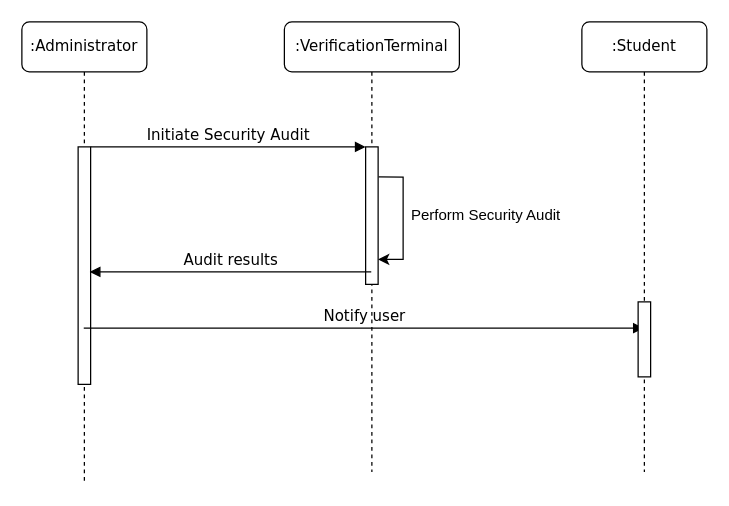
lahirub99/Computer-Security-CA keeps this draw.io diagram as SSD Authenticate.drawio. Above is the earlier version. Source tidied: cells renumbered, new cells numbered last; positions are measured from the earlier drawing's top-left corner, leaving out a move shared by most shapes. Both pictures are drawn from the tidied source at 125%, with x=0, y=0 at pixel (21, 21).
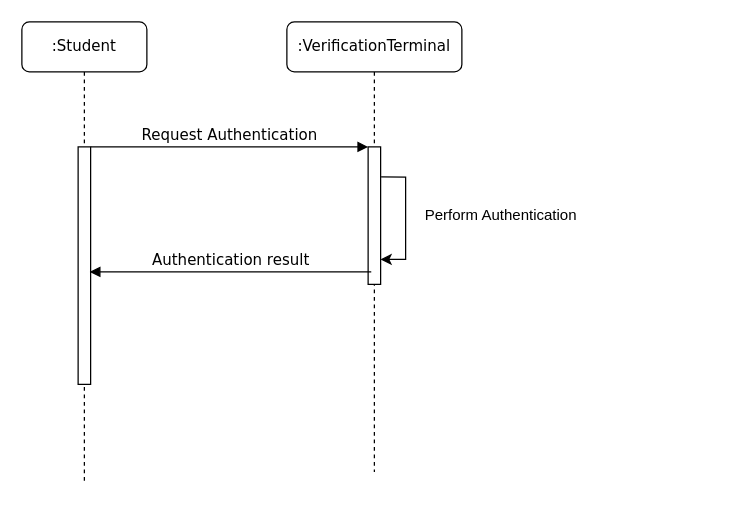
The same diagram, later.

What changed in the source:
```diff
@@
 <mxGraphModel>
   <root>
     <mxCell id="0" />
     <mxCell id="1" parent="0" />
     <mxCell id="2" value=":VerificationTerminal" style="shape=umlLifeline;perimeter=lifelinePerimeter;whiteSpace=wrap;html=1;rounded=1;shadow=0;comic=0;labelBackgroundColor=none;strokeWidth=1;fontFamily=Verdana;fontSize=12;align=center;" parent="1" vertex="1">
-      <mxGeometry x="210" width="140" height="360" as="geometry" />
+      <mxGeometry x="212" width="140" height="360" as="geometry" />
     </mxCell>
     <mxCell id="3" style="html=1;points=[];perimeter=orthogonalPerimeter;rounded=0;shadow=0;comic=0;labelBackgroundColor=none;strokeWidth=1;fontFamily=Verdana;fontSize=12;align=center;" parent="2" vertex="1">
       <mxGeometry x="65" y="100" width="10" height="110" as="geometry" />
     </mxCell>
     <mxCell id="4" style="edgeStyle=orthogonalEdgeStyle;rounded=0;orthogonalLoop=1;jettySize=auto;html=1;exitX=1.039;exitY=0.219;exitDx=0;exitDy=0;exitPerimeter=0;" parent="2" edge="1" source="3" target="3">
       <mxGeometry relative="1" as="geometry">
         <Array as="points">
           <mxPoint x="95" y="124" />
           <mxPoint x="95" y="190" />
         </Array>
       </mxGeometry>
     </mxCell>
-    <mxCell id="5" value="&lt;font style=&quot;font-size: 12px;&quot;&gt;Perform Security Audit&lt;/font&gt;" style="edgeLabel;html=1;align=center;verticalAlign=middle;" parent="4" vertex="1">
+    <mxCell id="5" value="&lt;font style=&quot;font-size: 12px;&quot;&gt;Perform Authentication&lt;/font&gt;" style="edgeLabel;html=1;align=center;verticalAlign=middle;" parent="4" vertex="1">
       <mxGeometry x="-0.14" relative="1" as="geometry">
-        <mxPoint x="65" y="5" as="offset" />
+        <mxPoint x="75" y="5" as="offset" />
       </mxGeometry>
     </mxCell>
-    <mxCell id="6" value=":Administrator" style="shape=umlLifeline;perimeter=lifelinePerimeter;whiteSpace=wrap;html=1;rounded=1;shadow=0;comic=0;labelBackgroundColor=none;strokeWidth=1;fontFamily=Verdana;fontSize=12;align=center;" parent="1" vertex="1">
+    <mxCell id="6" value=":Student" style="shape=umlLifeline;perimeter=lifelinePerimeter;whiteSpace=wrap;html=1;rounded=1;shadow=0;comic=0;labelBackgroundColor=none;strokeWidth=1;fontFamily=Verdana;fontSize=12;align=center;" parent="1" vertex="1">
       <mxGeometry width="100" height="370" as="geometry" />
     </mxCell>
     <mxCell id="7" style="html=1;points=[];perimeter=orthogonalPerimeter;rounded=0;shadow=0;comic=0;labelBackgroundColor=none;strokeWidth=1;fontFamily=Verdana;fontSize=12;align=center;" parent="6" vertex="1">
       <mxGeometry x="45" y="100" width="10" height="190" as="geometry" />
     </mxCell>
-    <mxCell id="8" value="Initiate Security Audit" style="html=1;verticalAlign=bottom;endArrow=block;entryX=0;entryY=0;labelBackgroundColor=none;fontFamily=Verdana;fontSize=12;edgeStyle=elbowEdgeStyle;elbow=vertical;" parent="1" edge="1" source="7" target="3">
+    <mxCell id="8" value="Request Authentication" style="html=1;verticalAlign=bottom;endArrow=block;entryX=0;entryY=0;labelBackgroundColor=none;fontFamily=Verdana;fontSize=12;edgeStyle=elbowEdgeStyle;elbow=vertical;" parent="1" edge="1" source="7" target="3">
       <mxGeometry relative="1" as="geometry" />
     </mxCell>
-    <mxCell id="9" value="Notify user" style="html=1;verticalAlign=bottom;endArrow=block;labelBackgroundColor=none;fontFamily=Verdana;fontSize=12;edgeStyle=elbowEdgeStyle;elbow=vertical;" parent="1" edge="1">
-      <mxGeometry relative="1" as="geometry">
-        <mxPoint x="49.5" y="245" as="sourcePoint" />
-        <mxPoint x="497.5" y="245" as="targetPoint" />
-      </mxGeometry>
-    </mxCell>
-    <mxCell id="10" value="Audit results" style="html=1;verticalAlign=bottom;endArrow=block;labelBackgroundColor=none;fontFamily=Verdana;fontSize=12;edgeStyle=elbowEdgeStyle;elbow=vertical;entryX=0.931;entryY=0.176;entryDx=0;entryDy=0;entryPerimeter=0;" parent="1" edge="1">
+    <mxCell id="10" value="Authentication result" style="html=1;verticalAlign=bottom;endArrow=block;labelBackgroundColor=none;fontFamily=Verdana;fontSize=12;edgeStyle=elbowEdgeStyle;elbow=vertical;entryX=0.931;entryY=0.176;entryDx=0;entryDy=0;entryPerimeter=0;" parent="1" edge="1">
       <mxGeometry relative="1" as="geometry">
         <mxPoint x="279.5" y="200" as="sourcePoint" />
         <mxPoint x="54.3" y="200.5" as="targetPoint" />
         <Array as="points">
           <mxPoint x="210" y="200" />
         </Array>
       </mxGeometry>
     </mxCell>
-    <mxCell id="11" value=":Student" style="shape=umlLifeline;perimeter=lifelinePerimeter;whiteSpace=wrap;html=1;rounded=1;shadow=0;comic=0;labelBackgroundColor=none;strokeWidth=1;fontFamily=Verdana;fontSize=12;align=center;" parent="1" vertex="1">
-      <mxGeometry x="448" width="100" height="360" as="geometry" />
-    </mxCell>
-    <mxCell id="12" style="html=1;perimeter=orthogonalPerimeter;rounded=0;shadow=0;comic=0;labelBackgroundColor=none;strokeWidth=1;fontFamily=Verdana;fontSize=12;align=center;" parent="11" vertex="1">
-      <mxGeometry x="45" y="224" width="10" height="60" as="geometry" />
-    </mxCell>
   </root>
 </mxGraphModel>
```
